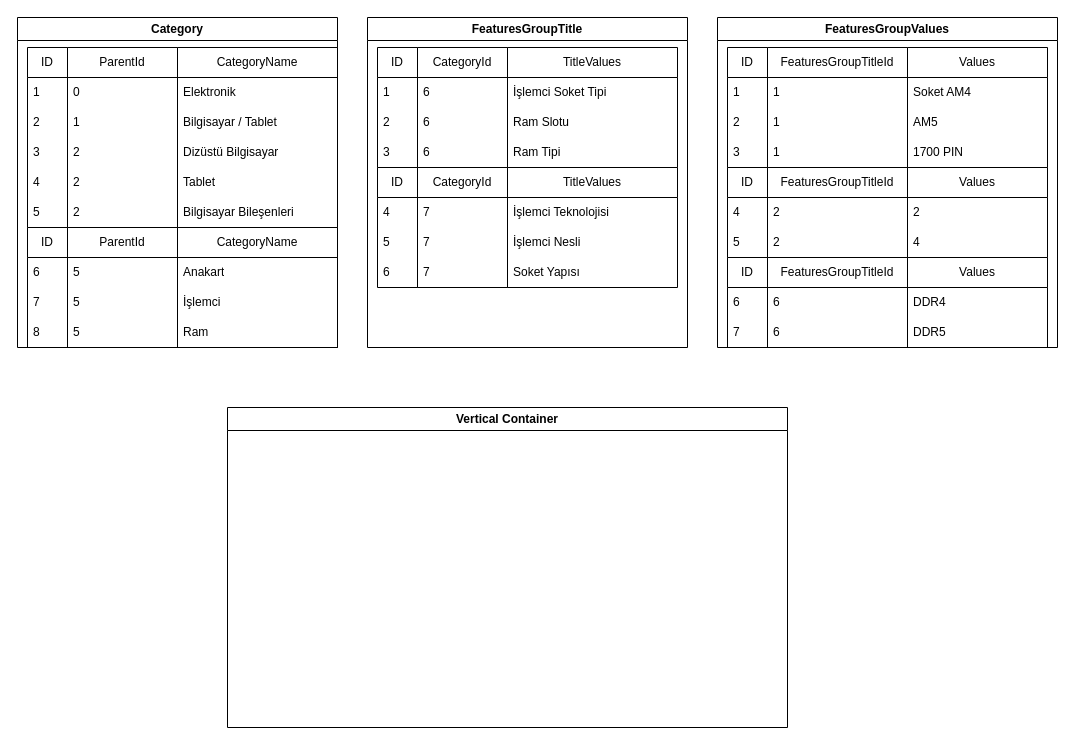
recepseyis/Draw.io keeps this draw.io diagram as Başlıksız Diyagram.drawio. Above is the earlier version. Source tidied: cells renumbered, new cells numbered last; positions are measured from the earlier drawing's top-left corner, leaving out a move shared by most shapes. Both pictures are drawn from the tidied source at 100%, with x=0, y=0 at pixel (17, 17).
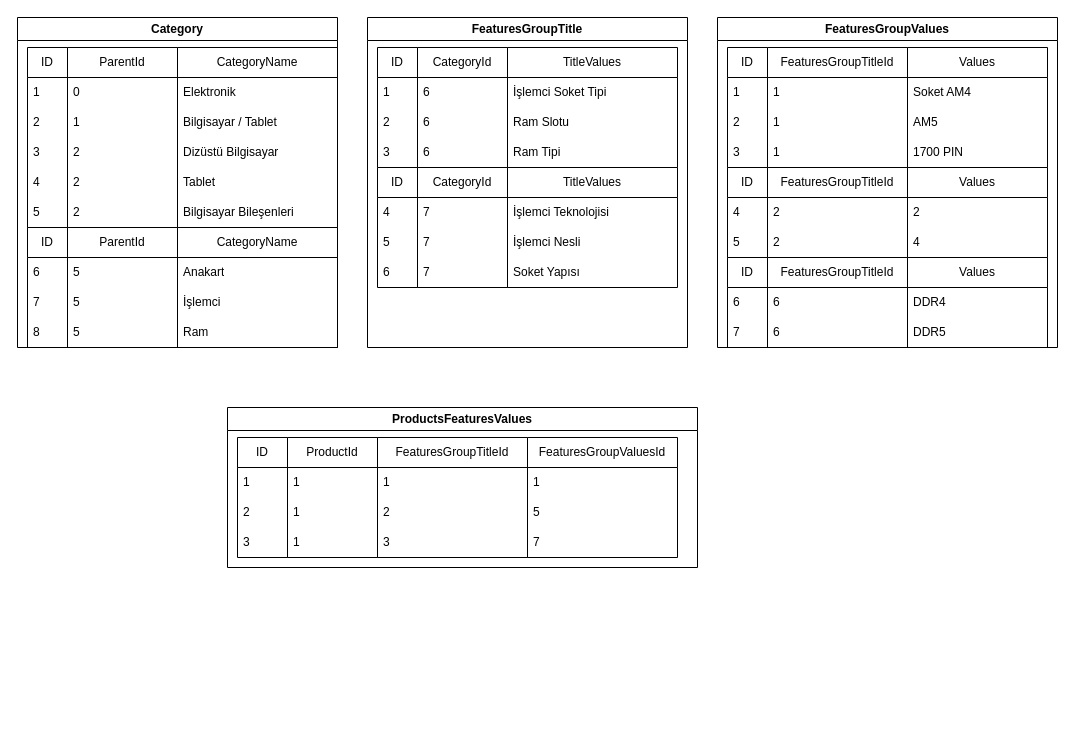
The same page after the edit.

Change to the diagram source:
```diff
@@
-    <mxCell id="58" value="FeaturesGroupValues" style="swimlane;whiteSpace=wrap;html=1;" parent="1" vertex="1">
+    <mxCell id="58" value="FeaturesGroupValues" style="swimlane;whiteSpace=wrap;html=1;startSize=23;" parent="1" vertex="1">
       <mxGeometry x="700" width="340" height="330" as="geometry" />
     </mxCell>
@@
-    <mxCell id="89" value="Vertical Container" style="swimlane;whiteSpace=wrap;html=1;" parent="1" vertex="1">
-      <mxGeometry x="210" y="390" width="560" height="320" as="geometry" />
+    <mxCell id="89" value="ProductsFeaturesValues" style="swimlane;whiteSpace=wrap;html=1;" parent="1" vertex="1">
+      <mxGeometry x="210" y="390" width="470" height="160" as="geometry" />
     </mxCell>
+    <mxCell id="90" value="ID" style="swimlane;fontStyle=0;horizontal=1;startSize=30;whiteSpace=wrap;html=1;" parent="89" vertex="1">
+      <mxGeometry x="10" y="30" width="50" height="120" as="geometry" />
+    </mxCell>
+    <mxCell id="91" value="1" style="text;strokeColor=none;fillColor=none;align=left;verticalAlign=middle;spacingLeft=4;spacingRight=4;overflow=hidden;whiteSpace=wrap;html=1;" parent="90" vertex="1">
+      <mxGeometry y="30" width="50" height="30" as="geometry" />
+    </mxCell>
+    <mxCell id="92" value="2" style="text;strokeColor=none;fillColor=none;align=left;verticalAlign=middle;spacingLeft=4;spacingRight=4;overflow=hidden;whiteSpace=wrap;html=1;" parent="90" vertex="1">
+      <mxGeometry y="60" width="50" height="30" as="geometry" />
+    </mxCell>
+    <mxCell id="93" value="3" style="text;strokeColor=none;fillColor=none;align=left;verticalAlign=middle;spacingLeft=4;spacingRight=4;overflow=hidden;whiteSpace=wrap;html=1;" parent="90" vertex="1">
+      <mxGeometry y="90" width="50" height="30" as="geometry" />
+    </mxCell>
+    <mxCell id="94" value="ProductId" style="swimlane;fontStyle=0;horizontal=1;startSize=30;whiteSpace=wrap;html=1;" parent="89" vertex="1">
+      <mxGeometry x="60" y="30" width="90" height="120" as="geometry" />
+    </mxCell>
+    <mxCell id="95" value="1" style="text;strokeColor=none;fillColor=none;align=left;verticalAlign=middle;spacingLeft=4;spacingRight=4;overflow=hidden;whiteSpace=wrap;html=1;" parent="94" vertex="1">
+      <mxGeometry y="30" width="90" height="30" as="geometry" />
+    </mxCell>
+    <mxCell id="96" value="1" style="text;strokeColor=none;fillColor=none;align=left;verticalAlign=middle;spacingLeft=4;spacingRight=4;overflow=hidden;whiteSpace=wrap;html=1;" parent="94" vertex="1">
+      <mxGeometry y="60" width="90" height="30" as="geometry" />
+    </mxCell>
+    <mxCell id="97" value="1" style="text;strokeColor=none;fillColor=none;align=left;verticalAlign=middle;spacingLeft=4;spacingRight=4;overflow=hidden;whiteSpace=wrap;html=1;" parent="94" vertex="1">
+      <mxGeometry y="90" width="90" height="30" as="geometry" />
+    </mxCell>
+    <mxCell id="98" value="FeaturesGroupTitleId" style="swimlane;fontStyle=0;horizontal=1;startSize=30;whiteSpace=wrap;html=1;" parent="89" vertex="1">
+      <mxGeometry x="150" y="30" width="150" height="120" as="geometry" />
+    </mxCell>
+    <mxCell id="99" value="1" style="text;strokeColor=none;fillColor=none;align=left;verticalAlign=middle;spacingLeft=4;spacingRight=4;overflow=hidden;whiteSpace=wrap;html=1;" parent="98" vertex="1">
+      <mxGeometry y="30" width="150" height="30" as="geometry" />
+    </mxCell>
+    <mxCell id="100" value="2" style="text;strokeColor=none;fillColor=none;align=left;verticalAlign=middle;spacingLeft=4;spacingRight=4;overflow=hidden;whiteSpace=wrap;html=1;" parent="98" vertex="1">
+      <mxGeometry y="60" width="150" height="30" as="geometry" />
+    </mxCell>
+    <mxCell id="101" value="3" style="text;strokeColor=none;fillColor=none;align=left;verticalAlign=middle;spacingLeft=4;spacingRight=4;overflow=hidden;whiteSpace=wrap;html=1;" parent="98" vertex="1">
+      <mxGeometry y="90" width="150" height="30" as="geometry" />
+    </mxCell>
+    <mxCell id="102" value="FeaturesGroupValuesId" style="swimlane;fontStyle=0;horizontal=1;startSize=30;whiteSpace=wrap;html=1;" parent="89" vertex="1">
+      <mxGeometry x="300" y="30" width="150" height="120" as="geometry" />
+    </mxCell>
+    <mxCell id="103" value="1" style="text;strokeColor=none;fillColor=none;align=left;verticalAlign=middle;spacingLeft=4;spacingRight=4;overflow=hidden;whiteSpace=wrap;html=1;" parent="102" vertex="1">
+      <mxGeometry y="30" width="150" height="30" as="geometry" />
+    </mxCell>
+    <mxCell id="104" value="5" style="text;strokeColor=none;fillColor=none;align=left;verticalAlign=middle;spacingLeft=4;spacingRight=4;overflow=hidden;whiteSpace=wrap;html=1;" parent="102" vertex="1">
+      <mxGeometry y="60" width="150" height="30" as="geometry" />
+    </mxCell>
+    <mxCell id="105" value="7" style="text;strokeColor=none;fillColor=none;align=left;verticalAlign=middle;spacingLeft=4;spacingRight=4;overflow=hidden;whiteSpace=wrap;html=1;" parent="102" vertex="1">
+      <mxGeometry y="90" width="150" height="30" as="geometry" />
+    </mxCell>
```
